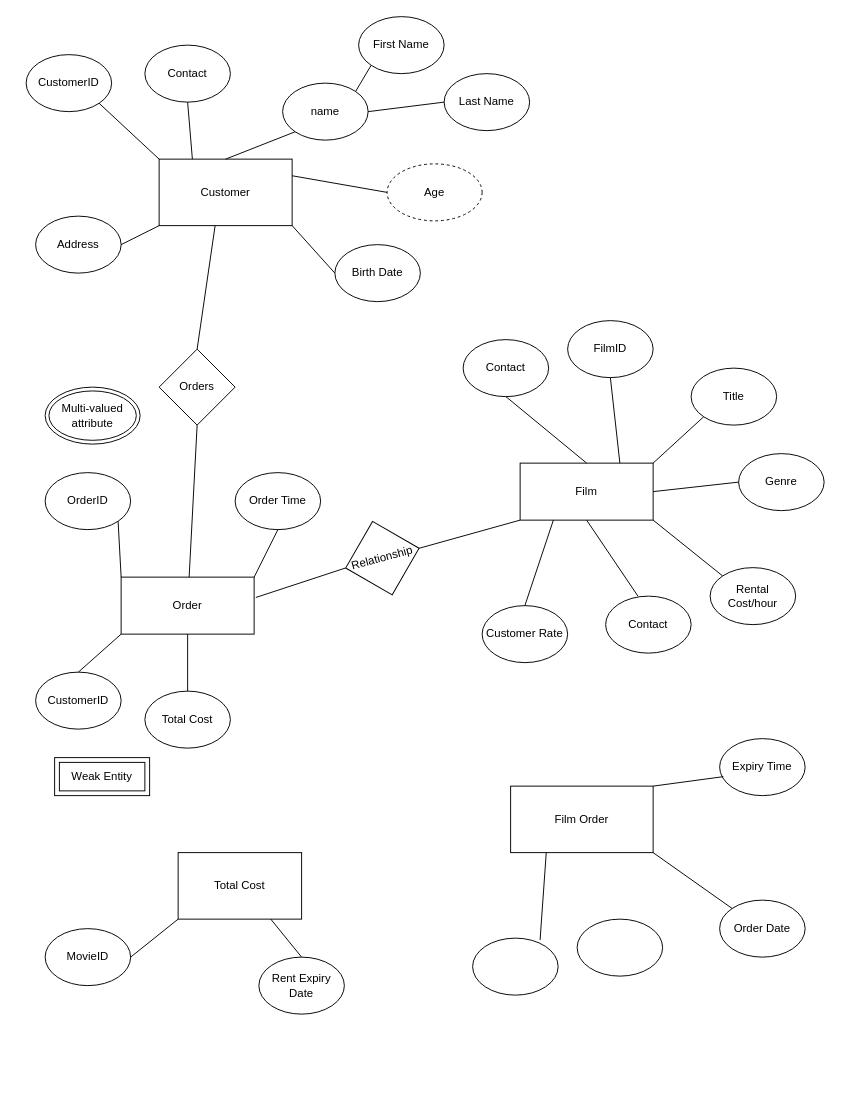
The draw.io diagram ER Diagram.drawio in Biniyamgd/Film-Rental-DBMS, before the edit. Source tidied: cells renumbered, new cells numbered last; positions are measured from the earlier drawing's top-left corner, leaving out a move shared by most shapes. Both pictures are drawn from the tidied source at 95%, with x=0, y=0 at pixel (26, 16).
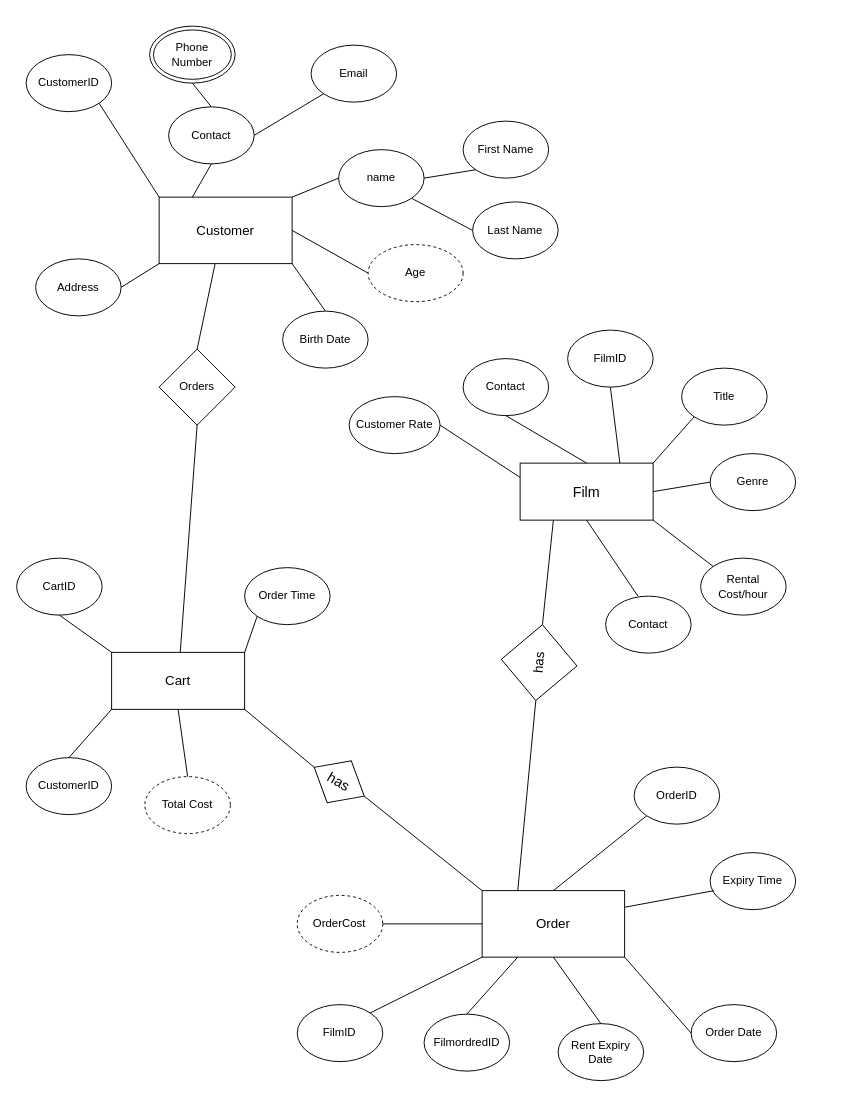
After the change.

Diff of the diagram source:
```diff
@@
-    <mxCell id="2" value="Customer" style="rounded=0;whiteSpace=wrap;html=1;direction=west;" parent="1" vertex="1">
-      <mxGeometry x="140" y="150" width="140" height="70" as="geometry" />
+    <mxCell id="2" value="&lt;font style=&quot;font-size: 14px;&quot;&gt;Customer&lt;/font&gt;" style="rounded=0;whiteSpace=wrap;html=1;direction=west;" parent="1" vertex="1">
+      <mxGeometry x="140" y="190" width="140" height="70" as="geometry" />
     </mxCell>
@@
     <mxCell id="4" value="Address" style="ellipse;whiteSpace=wrap;html=1;" parent="1" vertex="1">
-      <mxGeometry x="10" y="210" width="90" height="60" as="geometry" />
+      <mxGeometry x="10" y="255" width="90" height="60" as="geometry" />
     </mxCell>
-    <mxCell id="5" style="endArrow=none;html=1;rounded=0;entryX=0;entryY=0.5;entryDx=0;entryDy=0;exitX=-0.013;exitY=0.643;exitDx=0;exitDy=0;exitPerimeter=0;" parent="1" edge="1" source="10" target="19">
-      <mxGeometry relative="1" as="geometry" />
-    </mxCell>
-    <mxCell id="6" value="Multi-valued attribute" style="ellipse;shape=doubleEllipse;whiteSpace=wrap;html=1;" parent="1" vertex="1">
-      <mxGeometry x="20" y="390" width="100" height="60" as="geometry" />
-    </mxCell>
     <mxCell id="7" value="Age" style="ellipse;whiteSpace=wrap;html=1;align=center;dashed=1;" parent="1" vertex="1">
-      <mxGeometry x="380" y="155" width="100" height="60" as="geometry" />
+      <mxGeometry x="360" y="240" width="100" height="60" as="geometry" />
     </mxCell>
-    <mxCell id="8" value="&lt;div&gt;Weak Entity&lt;/div&gt;" style="shape=ext;margin=3;double=1;whiteSpace=wrap;html=1;align=center;" parent="1" vertex="1">
-      <mxGeometry x="30" y="780" width="100" height="40" as="geometry" />
-    </mxCell>
-    <mxCell id="9" value="Film" style="rounded=0;whiteSpace=wrap;html=1;direction=west;" parent="1" vertex="1">
+    <mxCell id="9" value="&lt;font style=&quot;font-size: 15px;&quot;&gt;Film&lt;/font&gt;" style="rounded=0;whiteSpace=wrap;html=1;direction=west;" parent="1" vertex="1">
       <mxGeometry x="520" y="470" width="140" height="60" as="geometry" />
     </mxCell>
-    <mxCell id="10" value="Order" style="rounded=0;whiteSpace=wrap;html=1;direction=west;" parent="1" vertex="1">
-      <mxGeometry x="100" y="590" width="140" height="60" as="geometry" />
+    <mxCell id="10" value="&lt;font style=&quot;font-size: 14px;&quot;&gt;Cart&lt;/font&gt;" style="rounded=0;whiteSpace=wrap;html=1;direction=west;" parent="1" vertex="1">
+      <mxGeometry x="90" y="669.2" width="140" height="60" as="geometry" />
     </mxCell>
@@
     <mxCell id="12" value="FilmID" style="ellipse;whiteSpace=wrap;html=1;" parent="1" vertex="1">
-      <mxGeometry x="570" y="320" width="90" height="60" as="geometry" />
+      <mxGeometry x="570" y="330" width="90" height="60" as="geometry" />
     </mxCell>
     <mxCell id="13" value="name" style="ellipse;whiteSpace=wrap;html=1;" parent="1" vertex="1">
-      <mxGeometry x="270" y="70" width="90" height="60" as="geometry" />
+      <mxGeometry x="328.9" y="140" width="90" height="60" as="geometry" />
     </mxCell>
@@
     <mxCell id="15" value="Genre" style="ellipse;whiteSpace=wrap;html=1;" parent="1" vertex="1">
-      <mxGeometry x="750" y="460" width="90" height="60" as="geometry" />
+      <mxGeometry x="720" y="460" width="90" height="60" as="geometry" />
     </mxCell>
     <mxCell id="16" value="Rental Cost/hour" style="ellipse;whiteSpace=wrap;html=1;" parent="1" vertex="1">
-      <mxGeometry x="720" y="580" width="90" height="60" as="geometry" />
+      <mxGeometry x="710" y="570" width="90" height="60" as="geometry" />
     </mxCell>
     <mxCell id="17" value="Title" style="ellipse;whiteSpace=wrap;html=1;" parent="1" vertex="1">
-      <mxGeometry x="700" y="370" width="90" height="60" as="geometry" />
+      <mxGeometry x="690" y="370" width="90" height="60" as="geometry" />
     </mxCell>
     <mxCell id="18" value="Contact" style="ellipse;whiteSpace=wrap;html=1;" parent="1" vertex="1">
-      <mxGeometry x="460" y="340" width="90" height="60" as="geometry" />
+      <mxGeometry x="460" y="360" width="90" height="60" as="geometry" />
     </mxCell>
-    <mxCell id="19" value="Relationship" style="rhombus;whiteSpace=wrap;html=1;rotation=-15;" parent="1" vertex="1">
-      <mxGeometry x="335" y="530" width="80" height="80" as="geometry" />
-    </mxCell>
     <mxCell id="20" value="CustomerID" style="ellipse;whiteSpace=wrap;html=1;" parent="1" vertex="1">
-      <mxGeometry x="10" y="690" width="90" height="60" as="geometry" />
+      <mxGeometry y="780" width="90" height="60" as="geometry" />
     </mxCell>
-    <mxCell id="21" value="Total Cost" style="ellipse;whiteSpace=wrap;html=1;" parent="1" vertex="1">
-      <mxGeometry x="125" y="710" width="90" height="60" as="geometry" />
+    <mxCell id="21" value="Total Cost" style="ellipse;whiteSpace=wrap;html=1;dashed=1;" parent="1" vertex="1">
+      <mxGeometry x="125" y="800" width="90" height="60" as="geometry" />
     </mxCell>
     <mxCell id="22" value="OrderID" style="ellipse;whiteSpace=wrap;html=1;" parent="1" vertex="1">
-      <mxGeometry x="20" y="480" width="90" height="60" as="geometry" />
+      <mxGeometry x="640" y="790" width="90" height="60" as="geometry" />
     </mxCell>
-    <mxCell id="23" value="&lt;div&gt;Film Order&lt;/div&gt;" style="rounded=0;whiteSpace=wrap;html=1;direction=west;" parent="1" vertex="1">
-      <mxGeometry x="510" y="810" width="150" height="70" as="geometry" />
+    <mxCell id="23" value="&lt;div style=&quot;font-size: 13px;&quot;&gt;&lt;font style=&quot;font-size: 14px;&quot;&gt;Order&lt;/font&gt;&lt;/div&gt;" style="rounded=0;whiteSpace=wrap;html=1;direction=west;" parent="1" vertex="1">
+      <mxGeometry x="480" y="920" width="150" height="70" as="geometry" />
     </mxCell>
     <mxCell id="24" value="Order Date" style="ellipse;whiteSpace=wrap;html=1;" parent="1" vertex="1">
-      <mxGeometry x="730" y="930" width="90" height="60" as="geometry" />
+      <mxGeometry x="700" y="1040" width="90" height="60" as="geometry" />
     </mxCell>
     <mxCell id="25" value="Expiry Time" style="ellipse;whiteSpace=wrap;html=1;" parent="1" vertex="1">
-      <mxGeometry x="730" y="760" width="90" height="60" as="geometry" />
+      <mxGeometry x="720" y="880" width="90" height="60" as="geometry" />
     </mxCell>
-    <mxCell id="26" style="ellipse;whiteSpace=wrap;html=1;" parent="1" vertex="1">
-      <mxGeometry x="470" y="970" width="90" height="60" as="geometry" />
+    <mxCell id="26" value="FilmordredID" style="ellipse;whiteSpace=wrap;html=1;" parent="1" vertex="1">
+      <mxGeometry x="418.9" y="1050" width="90" height="60" as="geometry" />
     </mxCell>
     <mxCell id="27" value="Birth Date" style="ellipse;whiteSpace=wrap;html=1;" parent="1" vertex="1">
-      <mxGeometry x="325" y="240" width="90" height="60" as="geometry" />
+      <mxGeometry x="270" y="310" width="90" height="60" as="geometry" />
     </mxCell>
-    <mxCell id="28" style="endArrow=none;html=1;rounded=0;entryX=0;entryY=0.5;entryDx=0;entryDy=0;exitX=1;exitY=0.5;exitDx=0;exitDy=0;" parent="1" edge="1" source="19">
-      <mxGeometry relative="1" as="geometry">
-        <mxPoint x="520" y="530" as="targetPoint" />
-      </mxGeometry>
-    </mxCell>
@@
-    <mxCell id="38" style="endArrow=none;html=1;rounded=0;entryX=0;entryY=0.5;entryDx=0;entryDy=0;exitX=0;exitY=0.75;exitDx=0;exitDy=0;" parent="1" edge="1" source="2" target="7">
+    <mxCell id="38" style="endArrow=none;html=1;rounded=0;entryX=0;entryY=0.5;entryDx=0;entryDy=0;exitX=0;exitY=0.5;exitDx=0;exitDy=0;" parent="1" edge="1" source="2" target="7">
       <mxGeometry relative="1" as="geometry" />
     </mxCell>
-    <mxCell id="39" style="endArrow=none;html=1;rounded=0;entryX=0;entryY=0;entryDx=0;entryDy=0;exitX=0;exitY=0.5;exitDx=0;exitDy=0;" parent="1" edge="1" source="27" target="2">
+    <mxCell id="39" style="endArrow=none;html=1;rounded=0;entryX=0;entryY=0;entryDx=0;entryDy=0;exitX=0.5;exitY=0;exitDx=0;exitDy=0;" parent="1" edge="1" source="27" target="2">
       <mxGeometry relative="1" as="geometry" />
     </mxCell>
-    <mxCell id="40" style="endArrow=none;html=1;rounded=0;entryX=1;entryY=1;entryDx=0;entryDy=0;exitX=1;exitY=1;exitDx=0;exitDy=0;" parent="1" edge="1" source="10" target="22">
+    <mxCell id="40" style="endArrow=none;html=1;rounded=0;entryX=0;entryY=1;entryDx=0;entryDy=0;exitX=0.5;exitY=1;exitDx=0;exitDy=0;" parent="1" edge="1" source="23" target="22">
       <mxGeometry relative="1" as="geometry" />
     </mxCell>
@@
-    <mxCell id="44" style="endArrow=none;html=1;rounded=0;entryX=0;entryY=0;entryDx=0;entryDy=0;exitX=0;exitY=0;exitDx=0;exitDy=0;" parent="1" edge="1" source="24" target="23">
+    <mxCell id="44" style="endArrow=none;html=1;rounded=0;entryX=0;entryY=0;entryDx=0;entryDy=0;exitX=0;exitY=0.5;exitDx=0;exitDy=0;" parent="1" edge="1" source="24" target="23">
       <mxGeometry relative="1" as="geometry" />
     </mxCell>
-    <mxCell id="45" style="endArrow=none;html=1;rounded=0;entryX=0.75;entryY=0;entryDx=0;entryDy=0;exitX=0.789;exitY=0.033;exitDx=0;exitDy=0;exitPerimeter=0;" parent="1" edge="1" source="26" target="23">
+    <mxCell id="45" style="endArrow=none;html=1;rounded=0;entryX=0.75;entryY=0;entryDx=0;entryDy=0;exitX=0.5;exitY=0;exitDx=0;exitDy=0;" parent="1" edge="1" source="26" target="23">
       <mxGeometry relative="1" as="geometry" />
     </mxCell>
-    <mxCell id="46" style="endArrow=none;html=1;rounded=0;exitX=0.044;exitY=0.667;exitDx=0;exitDy=0;exitPerimeter=0;entryX=0;entryY=1;entryDx=0;entryDy=0;" parent="1" edge="1" source="25" target="23">
+    <mxCell id="46" style="endArrow=none;html=1;rounded=0;exitX=0.044;exitY=0.667;exitDx=0;exitDy=0;exitPerimeter=0;entryX=0;entryY=0.75;entryDx=0;entryDy=0;" parent="1" edge="1" source="25" target="23">
       <mxGeometry relative="1" as="geometry" />
     </mxCell>
     <mxCell id="47" value="Customer Rate" style="ellipse;whiteSpace=wrap;html=1;" parent="1" vertex="1">
-      <mxGeometry x="480" y="620" width="90" height="60" as="geometry" />
+      <mxGeometry x="340" y="400" width="95.7" height="60" as="geometry" />
     </mxCell>
-    <mxCell id="48" style="endArrow=none;html=1;rounded=0;entryX=0.75;entryY=0;entryDx=0;entryDy=0;exitX=0.5;exitY=0;exitDx=0;exitDy=0;" parent="1" edge="1" source="47" target="9">
+    <mxCell id="48" style="endArrow=none;html=1;rounded=0;exitX=1;exitY=0.5;exitDx=0;exitDy=0;entryX=1;entryY=0.75;entryDx=0;entryDy=0;" parent="1" edge="1" source="47" target="9">
       <mxGeometry relative="1" as="geometry" />
     </mxCell>
-    <mxCell id="49" style="endArrow=none;html=1;rounded=0;entryX=0;entryY=1;entryDx=0;entryDy=0;exitX=0;exitY=1;exitDx=0;exitDy=0;" parent="1" edge="1" target="13">
-      <mxGeometry relative="1" as="geometry">
-        <mxPoint x="210" y="150" as="sourcePoint" />
-      </mxGeometry>
+    <mxCell id="49" style="endArrow=none;html=1;rounded=0;entryX=0;entryY=0.5;entryDx=0;entryDy=0;exitX=0;exitY=1;exitDx=0;exitDy=0;" parent="1" edge="1" source="2" target="13">
+      <mxGeometry relative="1" as="geometry" />
     </mxCell>
     <mxCell id="50" value="First Name" style="ellipse;whiteSpace=wrap;html=1;" parent="1" vertex="1">
-      <mxGeometry x="350" width="90" height="60" as="geometry" />
+      <mxGeometry x="460" y="110" width="90" height="60" as="geometry" />
     </mxCell>
     <mxCell id="51" value="Last Name" style="ellipse;whiteSpace=wrap;html=1;" parent="1" vertex="1">
-      <mxGeometry x="440" y="60" width="90" height="60" as="geometry" />
+      <mxGeometry x="470" y="195" width="90" height="60" as="geometry" />
     </mxCell>
-    <mxCell id="52" style="endArrow=none;html=1;rounded=0;entryX=0;entryY=1;entryDx=0;entryDy=0;exitX=1;exitY=0;exitDx=0;exitDy=0;" parent="1" edge="1" source="13" target="50">
+    <mxCell id="52" style="endArrow=none;html=1;rounded=0;entryX=0;entryY=1;entryDx=0;entryDy=0;exitX=1;exitY=0.5;exitDx=0;exitDy=0;" parent="1" edge="1" source="13" target="50">
       <mxGeometry relative="1" as="geometry" />
     </mxCell>
-    <mxCell id="53" style="endArrow=none;html=1;rounded=0;entryX=0;entryY=0.5;entryDx=0;entryDy=0;exitX=1;exitY=0.5;exitDx=0;exitDy=0;" parent="1" edge="1" source="13" target="51">
+    <mxCell id="53" style="endArrow=none;html=1;rounded=0;entryX=0;entryY=0.5;entryDx=0;entryDy=0;exitX=1;exitY=1;exitDx=0;exitDy=0;" parent="1" edge="1" source="13" target="51">
       <mxGeometry relative="1" as="geometry" />
     </mxCell>
     <mxCell id="54" value="Order Time" style="ellipse;whiteSpace=wrap;html=1;" parent="1" vertex="1">
-      <mxGeometry x="220" y="480" width="90" height="60" as="geometry" />
+      <mxGeometry x="230" y="580" width="90" height="60" as="geometry" />
     </mxCell>
-    <mxCell id="55" style="endArrow=none;html=1;rounded=0;entryX=0.5;entryY=1;entryDx=0;entryDy=0;exitX=0;exitY=1;exitDx=0;exitDy=0;" parent="1" edge="1" source="10" target="54">
+    <mxCell id="55" style="endArrow=none;html=1;rounded=0;entryX=0;entryY=1;entryDx=0;entryDy=0;exitX=0;exitY=1;exitDx=0;exitDy=0;" parent="1" edge="1" source="10" target="54">
       <mxGeometry relative="1" as="geometry" />
     </mxCell>
     <mxCell id="56" value="Contact" style="ellipse;whiteSpace=wrap;html=1;" parent="1" vertex="1">
-      <mxGeometry x="125" y="30" width="90" height="60" as="geometry" />
+      <mxGeometry x="150" y="95" width="90" height="60" as="geometry" />
     </mxCell>
@@
-    <mxCell id="58" value="Total Cost" style="rounded=0;whiteSpace=wrap;html=1;direction=west;" parent="1" vertex="1">
-      <mxGeometry x="160" y="880" width="130" height="70" as="geometry" />
-    </mxCell>
-    <mxCell id="59" style="ellipse;whiteSpace=wrap;html=1;" parent="1" vertex="1">
-      <mxGeometry x="580" y="950" width="90" height="60" as="geometry" />
-    </mxCell>
-    <mxCell id="60" value="MovieID" style="ellipse;whiteSpace=wrap;html=1;" parent="1" vertex="1">
-      <mxGeometry x="20" y="960" width="90" height="60" as="geometry" />
+    <mxCell id="60" value="FilmID" style="ellipse;whiteSpace=wrap;html=1;" parent="1" vertex="1">
+      <mxGeometry x="285.4" y="1040" width="90" height="60" as="geometry" />
     </mxCell>
+    <mxCell id="62" style="endArrow=none;html=1;rounded=0;exitX=1;exitY=0;exitDx=0;exitDy=0;entryX=1;entryY=0;entryDx=0;entryDy=0;" parent="1" edge="1" source="23" target="60">
+      <mxGeometry relative="1" as="geometry" />
+    </mxCell>
     <mxCell id="61" value="Rent Expiry Date" style="ellipse;whiteSpace=wrap;html=1;" parent="1" vertex="1">
-      <mxGeometry x="245" y="990" width="90" height="60" as="geometry" />
+      <mxGeometry x="560" y="1060" width="90" height="60" as="geometry" />
     </mxCell>
-    <mxCell id="62" style="endArrow=none;html=1;rounded=0;entryX=1;entryY=0;entryDx=0;entryDy=0;exitX=1;exitY=0.5;exitDx=0;exitDy=0;" parent="1" edge="1" source="60" target="58">
-      <mxGeometry relative="1" as="geometry" />
-    </mxCell>
-    <mxCell id="63" style="endArrow=none;html=1;rounded=0;entryX=0.25;entryY=0;entryDx=0;entryDy=0;exitX=0.5;exitY=0;exitDx=0;exitDy=0;" parent="1" edge="1" source="61" target="58">
-      <mxGeometry relative="1" as="geometry" />
-    </mxCell>
+    <mxCell id="64" style="endArrow=none;html=1;rounded=0;exitX=0.5;exitY=0;exitDx=0;exitDy=0;entryX=0.5;entryY=0;entryDx=0;entryDy=0;" parent="1" edge="1" source="61" target="23">
+      <mxGeometry relative="1" as="geometry" />
+    </mxCell>
+    <mxCell id="65" value="&lt;font style=&quot;font-size: 15px;&quot;&gt;has&lt;/font&gt;" style="rhombus;whiteSpace=wrap;html=1;rotation=30;" parent="1" vertex="1">
+      <mxGeometry x="299.2" y="780" width="60.8" height="50.8" as="geometry" />
+    </mxCell>
+    <mxCell id="66" style="endArrow=none;html=1;rounded=0;exitX=1;exitY=0.5;exitDx=0;exitDy=0;entryX=1;entryY=1;entryDx=0;entryDy=0;" parent="1" edge="1" source="65" target="23">
+      <mxGeometry relative="1" as="geometry" />
+    </mxCell>
+    <mxCell id="67" style="endArrow=none;html=1;rounded=0;exitX=0;exitY=0;exitDx=0;exitDy=0;entryX=0;entryY=0.5;entryDx=0;entryDy=0;" parent="1" edge="1" source="10" target="65">
+      <mxGeometry relative="1" as="geometry" />
+    </mxCell>
+    <mxCell id="68" value="OrderCost" style="ellipse;whiteSpace=wrap;html=1;dashed=1;" parent="1" vertex="1">
+      <mxGeometry x="285.4" y="925" width="90" height="60" as="geometry" />
+    </mxCell>
+    <mxCell id="69" style="endArrow=none;html=1;rounded=0;entryX=1;entryY=0.5;entryDx=0;entryDy=0;exitX=1;exitY=0.5;exitDx=0;exitDy=0;" parent="1" edge="1" source="23" target="68">
+      <mxGeometry relative="1" as="geometry" />
+    </mxCell>
+    <mxCell id="70" style="endArrow=none;html=1;rounded=0;exitX=0.75;exitY=1;exitDx=0;exitDy=0;entryX=0;entryY=0.5;entryDx=0;entryDy=0;" parent="1" edge="1" source="23" target="71">
+      <mxGeometry relative="1" as="geometry" />
+    </mxCell>
+    <mxCell id="71" value="&lt;font style=&quot;font-size: 14px;&quot;&gt;has&lt;br&gt;&lt;/font&gt;" style="rhombus;whiteSpace=wrap;html=1;rotation=-85;" parent="1" vertex="1">
+      <mxGeometry x="500" y="640" width="80" height="80" as="geometry" />
+    </mxCell>
+    <mxCell id="72" style="endArrow=none;html=1;rounded=0;exitX=0.75;exitY=0;exitDx=0;exitDy=0;entryX=1;entryY=0.5;entryDx=0;entryDy=0;" parent="1" edge="1" source="9" target="71">
+      <mxGeometry relative="1" as="geometry" />
+    </mxCell>
+    <mxCell id="73" value="CartID" style="ellipse;whiteSpace=wrap;html=1;" parent="1" vertex="1">
+      <mxGeometry x="-10" y="570" width="90" height="60" as="geometry" />
+    </mxCell>
+    <mxCell id="74" value="Phone Number" style="ellipse;whiteSpace=wrap;html=1;shape=doubleEllipse;" parent="1" vertex="1">
+      <mxGeometry x="130" y="10" width="90" height="60" as="geometry" />
+    </mxCell>
+    <mxCell id="75" value="Email" style="ellipse;whiteSpace=wrap;html=1;" parent="1" vertex="1">
+      <mxGeometry x="300" y="30" width="90" height="60" as="geometry" />
+    </mxCell>
+    <mxCell id="76" style="endArrow=none;html=1;rounded=0;entryX=0.5;entryY=1;entryDx=0;entryDy=0;exitX=0.5;exitY=0;exitDx=0;exitDy=0;" parent="1" edge="1" source="56" target="74">
+      <mxGeometry relative="1" as="geometry" />
+    </mxCell>
+    <mxCell id="77" style="endArrow=none;html=1;rounded=0;entryX=0;entryY=1;entryDx=0;entryDy=0;exitX=1;exitY=0.5;exitDx=0;exitDy=0;" parent="1" edge="1" source="56" target="75">
+      <mxGeometry relative="1" as="geometry" />
+    </mxCell>
+    <mxCell id="78" style="endArrow=none;html=1;rounded=0;entryX=0.5;entryY=1;entryDx=0;entryDy=0;exitX=1;exitY=1;exitDx=0;exitDy=0;" parent="1" edge="1" source="10" target="73">
+      <mxGeometry relative="1" as="geometry" />
+    </mxCell>
```
